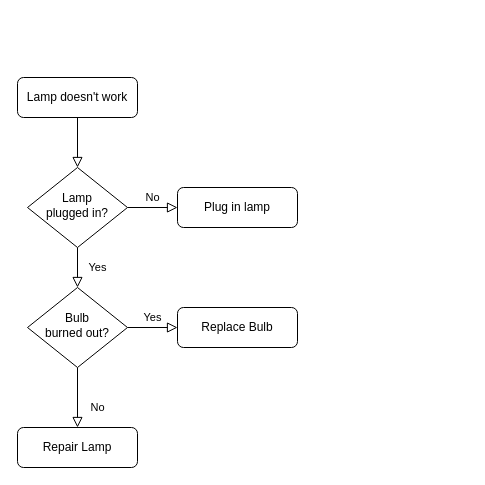
The draw.io diagram Item-based CF algorithm.drawio in iamlivehaha/Artificial-Life, before the edit. Source tidied: cells renumbered, new cells numbered last; positions are measured from the earlier drawing's top-left corner, leaving out a move shared by most shapes. Both pictures are drawn from the tidied source at 100%, with x=0, y=0 at pixel (17, 77).
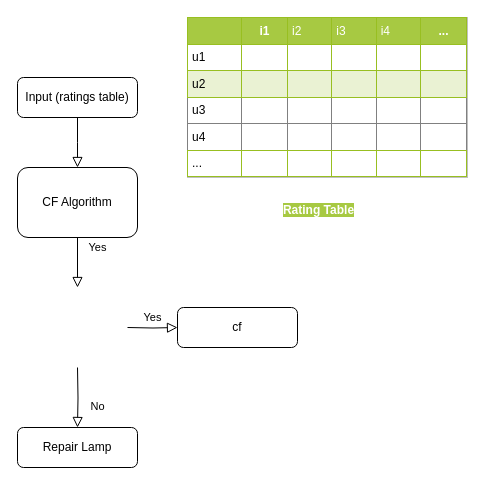
After the change.

What changed in the source:
```diff
@@
 <mxGraphModel>
   <root>
     <mxCell id="0" />
     <mxCell id="1" parent="0" />
-    <mxCell id="2" style="rounded=0;html=1;jettySize=auto;fontSize=11;endArrow=block;endFill=0;endSize=8;strokeWidth=1;shadow=0;labelBackgroundColor=none;edgeStyle=orthogonalEdgeStyle;" parent="1" edge="1" source="3" target="6">
-      <mxGeometry relative="1" as="geometry" />
+    <mxCell id="2" style="rounded=0;html=1;jettySize=auto;fontSize=11;endArrow=block;endFill=0;endSize=8;strokeWidth=1;shadow=0;labelBackgroundColor=none;edgeStyle=orthogonalEdgeStyle;" parent="1" edge="1" source="3">
+      <mxGeometry relative="1" as="geometry">
+        <mxPoint x="60" y="90" as="targetPoint" />
+      </mxGeometry>
     </mxCell>
-    <mxCell id="3" value="Lamp doesn't work" style="rounded=1;whiteSpace=wrap;html=1;fontSize=12;glass=0;strokeWidth=1;shadow=0;" parent="1" vertex="1">
+    <mxCell id="3" value="Input (ratings table)" style="rounded=1;whiteSpace=wrap;html=1;fontSize=12;glass=0;strokeWidth=1;shadow=0;" parent="1" vertex="1">
       <mxGeometry width="120" height="40" as="geometry" />
     </mxCell>
-    <mxCell id="4" value="Yes" style="rounded=0;html=1;jettySize=auto;fontSize=11;endArrow=block;endFill=0;endSize=8;strokeWidth=1;shadow=0;labelBackgroundColor=none;edgeStyle=orthogonalEdgeStyle;" parent="1" edge="1" source="6" target="10">
-      <mxGeometry y="20" relative="1" as="geometry" />
+    <mxCell id="4" value="Yes" style="rounded=0;html=1;jettySize=auto;orthogonalLoop=1;fontSize=11;endArrow=block;endFill=0;endSize=8;strokeWidth=1;shadow=0;labelBackgroundColor=none;edgeStyle=orthogonalEdgeStyle;exitX=0.5;exitY=1;exitDx=0;exitDy=0;" parent="1" edge="1">
+      <mxGeometry y="20" relative="1" as="geometry">
+        <mxPoint x="60" y="130" as="sourcePoint" />
+        <mxPoint x="60" y="210" as="targetPoint" />
+      </mxGeometry>
     </mxCell>
-    <mxCell id="5" value="No" style="edgeStyle=orthogonalEdgeStyle;rounded=0;html=1;jettySize=auto;fontSize=11;endArrow=block;endFill=0;endSize=8;strokeWidth=1;shadow=0;labelBackgroundColor=none;" parent="1" edge="1" source="6" target="7">
-      <mxGeometry y="10" relative="1" as="geometry" />
-    </mxCell>
-    <mxCell id="6" value="Lamp&lt;br&gt;plugged in?" style="rhombus;whiteSpace=wrap;html=1;shadow=0;fontFamily=Helvetica;fontSize=12;align=center;strokeWidth=1;spacing=6;spacingTop=-4;" parent="1" vertex="1">
-      <mxGeometry x="10" y="90" width="100" height="80" as="geometry" />
-    </mxCell>
-    <mxCell id="7" value="Plug in lamp" style="rounded=1;whiteSpace=wrap;html=1;fontSize=12;glass=0;strokeWidth=1;shadow=0;" parent="1" vertex="1">
-      <mxGeometry x="160" y="110" width="120" height="40" as="geometry" />
-    </mxCell>
-    <mxCell id="8" value="No" style="rounded=0;html=1;jettySize=auto;fontSize=11;endArrow=block;endFill=0;endSize=8;strokeWidth=1;shadow=0;labelBackgroundColor=none;edgeStyle=orthogonalEdgeStyle;" parent="1" edge="1" source="10" target="11">
-      <mxGeometry x="0.33" y="20" relative="1" as="geometry" />
+    <mxCell id="8" value="No" style="rounded=0;html=1;jettySize=auto;fontSize=11;endArrow=block;endFill=0;endSize=8;strokeWidth=1;shadow=0;labelBackgroundColor=none;edgeStyle=orthogonalEdgeStyle;" parent="1" edge="1" target="11">
+      <mxGeometry x="0.33" y="20" relative="1" as="geometry">
+        <mxPoint x="60" y="290" as="sourcePoint" />
+      </mxGeometry>
     </mxCell>
-    <mxCell id="9" value="Yes" style="edgeStyle=orthogonalEdgeStyle;rounded=0;html=1;jettySize=auto;fontSize=11;endArrow=block;endFill=0;endSize=8;strokeWidth=1;shadow=0;labelBackgroundColor=none;" parent="1" edge="1" source="10" target="12">
-      <mxGeometry y="10" relative="1" as="geometry" />
+    <mxCell id="9" value="Yes" style="edgeStyle=orthogonalEdgeStyle;rounded=0;html=1;jettySize=auto;fontSize=11;endArrow=block;endFill=0;endSize=8;strokeWidth=1;shadow=0;labelBackgroundColor=none;" parent="1" edge="1" target="12">
+      <mxGeometry y="10" relative="1" as="geometry">
+        <mxPoint x="110" y="250" as="sourcePoint" />
+      </mxGeometry>
     </mxCell>
-    <mxCell id="10" value="Bulb&lt;br&gt;burned out?" style="rhombus;whiteSpace=wrap;html=1;shadow=0;fontFamily=Helvetica;fontSize=12;align=center;strokeWidth=1;spacing=6;spacingTop=-4;" parent="1" vertex="1">
-      <mxGeometry x="10" y="210" width="100" height="80" as="geometry" />
-    </mxCell>
     <mxCell id="11" value="Repair Lamp" style="rounded=1;whiteSpace=wrap;html=1;fontSize=12;glass=0;strokeWidth=1;shadow=0;" parent="1" vertex="1">
       <mxGeometry y="350" width="120" height="40" as="geometry" />
     </mxCell>
-    <mxCell id="12" value="Replace Bulb" style="rounded=1;whiteSpace=wrap;html=1;fontSize=12;glass=0;strokeWidth=1;shadow=0;" parent="1" vertex="1">
+    <mxCell id="12" value="cf" style="rounded=1;whiteSpace=wrap;html=1;fontSize=12;glass=0;strokeWidth=1;shadow=0;" parent="1" vertex="1">
       <mxGeometry x="160" y="230" width="120" height="40" as="geometry" />
     </mxCell>
+    <mxCell id="13" value="CF Algorithm" style="rounded=1;whiteSpace=wrap;html=1;fontSize=12;glass=0;strokeWidth=1;shadow=0;" parent="1" vertex="1">
+      <mxGeometry y="90" width="120" height="70" as="geometry" />
+    </mxCell>
+    <mxCell id="14" value="&lt;table border=&quot;1&quot; width=&quot;100%&quot; cellpadding=&quot;4&quot; style=&quot;width: 100% ; height: 100% ; border-collapse: collapse&quot;&gt;&lt;tbody&gt;&lt;tr style=&quot;background-color: #a7c942 ; color: #ffffff ; border: 1px solid #98bf21&quot;&gt;&lt;th align=&quot;left&quot;&gt;&lt;br&gt;&lt;/th&gt;&lt;th style=&quot;text-align: center&quot;&gt;i1&lt;/th&gt;&lt;td&gt;i2&lt;/td&gt;&lt;td&gt;i3&lt;/td&gt;&lt;td&gt;i4&lt;/td&gt;&lt;th style=&quot;text-align: center&quot;&gt;...&lt;/th&gt;&lt;/tr&gt;&lt;tr style=&quot;border: 1px solid #98bf21&quot;&gt;&lt;td&gt;u1&lt;/td&gt;&lt;td&gt;&lt;/td&gt;&lt;td&gt;&lt;br&gt;&lt;/td&gt;&lt;td&gt;&lt;br&gt;&lt;/td&gt;&lt;td&gt;&lt;/td&gt;&lt;td&gt;&lt;/td&gt;&lt;/tr&gt;&lt;tr style=&quot;background-color: #eaf2d3 ; border: 1px solid #98bf21&quot;&gt;&lt;td&gt;u2&lt;/td&gt;&lt;td&gt;&lt;br&gt;&lt;/td&gt;&lt;td&gt;&lt;br&gt;&lt;/td&gt;&lt;td&gt;&lt;br&gt;&lt;/td&gt;&lt;td&gt;&lt;br&gt;&lt;/td&gt;&lt;td&gt;&lt;/td&gt;&lt;/tr&gt;&lt;tr&gt;&lt;td&gt;u3&lt;/td&gt;&lt;td&gt;&lt;br&gt;&lt;/td&gt;&lt;td&gt;&lt;br&gt;&lt;/td&gt;&lt;td&gt;&lt;br&gt;&lt;/td&gt;&lt;td&gt;&lt;br&gt;&lt;/td&gt;&lt;td&gt;&lt;br&gt;&lt;/td&gt;&lt;/tr&gt;&lt;tr&gt;&lt;td&gt;u4&lt;/td&gt;&lt;td&gt;&lt;br&gt;&lt;/td&gt;&lt;td&gt;&lt;br&gt;&lt;/td&gt;&lt;td&gt;&lt;br&gt;&lt;/td&gt;&lt;td&gt;&lt;br&gt;&lt;/td&gt;&lt;td&gt;&lt;br&gt;&lt;/td&gt;&lt;/tr&gt;&lt;tr style=&quot;border: 1px solid #98bf21&quot;&gt;&lt;td&gt;...&lt;/td&gt;&lt;td&gt;&lt;br&gt;&lt;/td&gt;&lt;td&gt;&lt;br&gt;&lt;/td&gt;&lt;td&gt;&lt;br&gt;&lt;/td&gt;&lt;td&gt;&lt;br&gt;&lt;/td&gt;&lt;td&gt;&lt;/td&gt;&lt;/tr&gt;&lt;/tbody&gt;&lt;/table&gt;" style="text;html=1;strokeColor=#c0c0c0;fillColor=#ffffff;overflow=fill;rounded=0;" parent="1" vertex="1">
+      <mxGeometry x="170" y="-60" width="280" height="160" as="geometry" />
+    </mxCell>
+    <mxCell id="15" value="&lt;span style=&quot;color: rgb(255 , 255 , 255) ; font-weight: 700 ; text-align: -webkit-left ; background-color: rgb(167 , 201 , 66)&quot;&gt;Rating Table&lt;/span&gt;" style="text;html=1;align=center;verticalAlign=middle;" parent="1" vertex="1">
+      <mxGeometry x="256" y="123" width="90" height="20" as="geometry" />
+    </mxCell>
   </root>
 </mxGraphModel>
```
